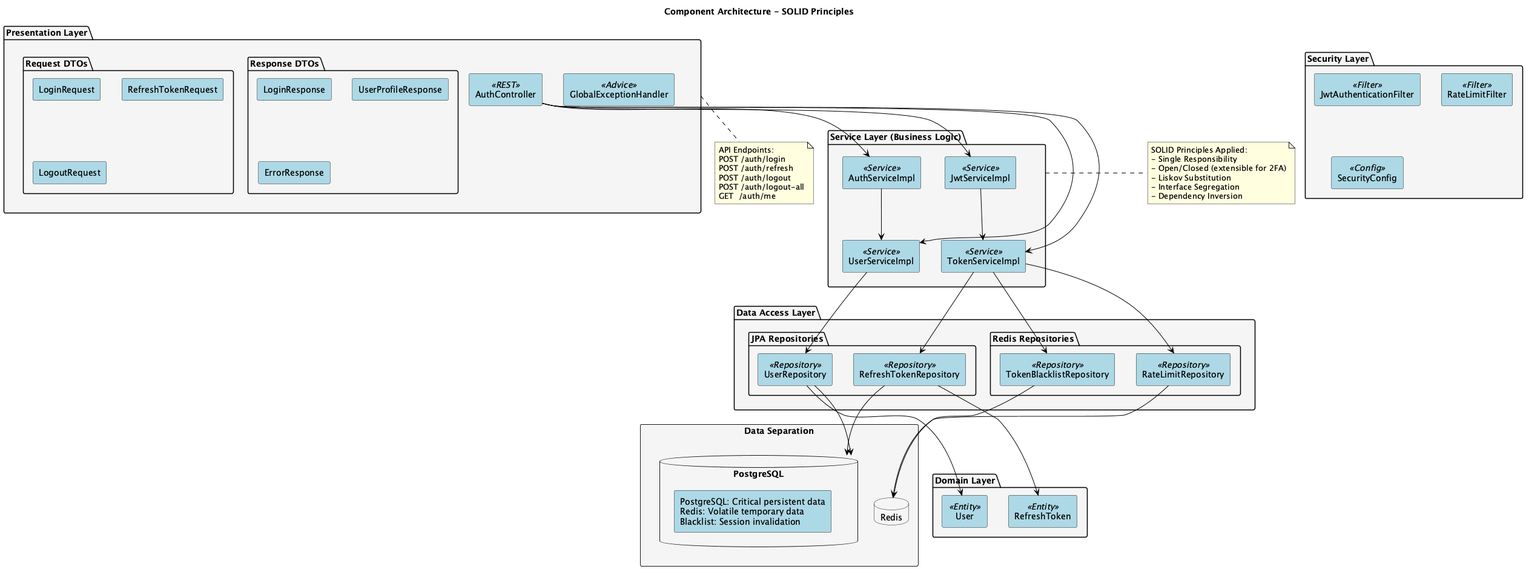
Earlier version of the PlantUML export docs/diagrams/Component_Architecture.png (kevinbayter/wom-auth-service-api).
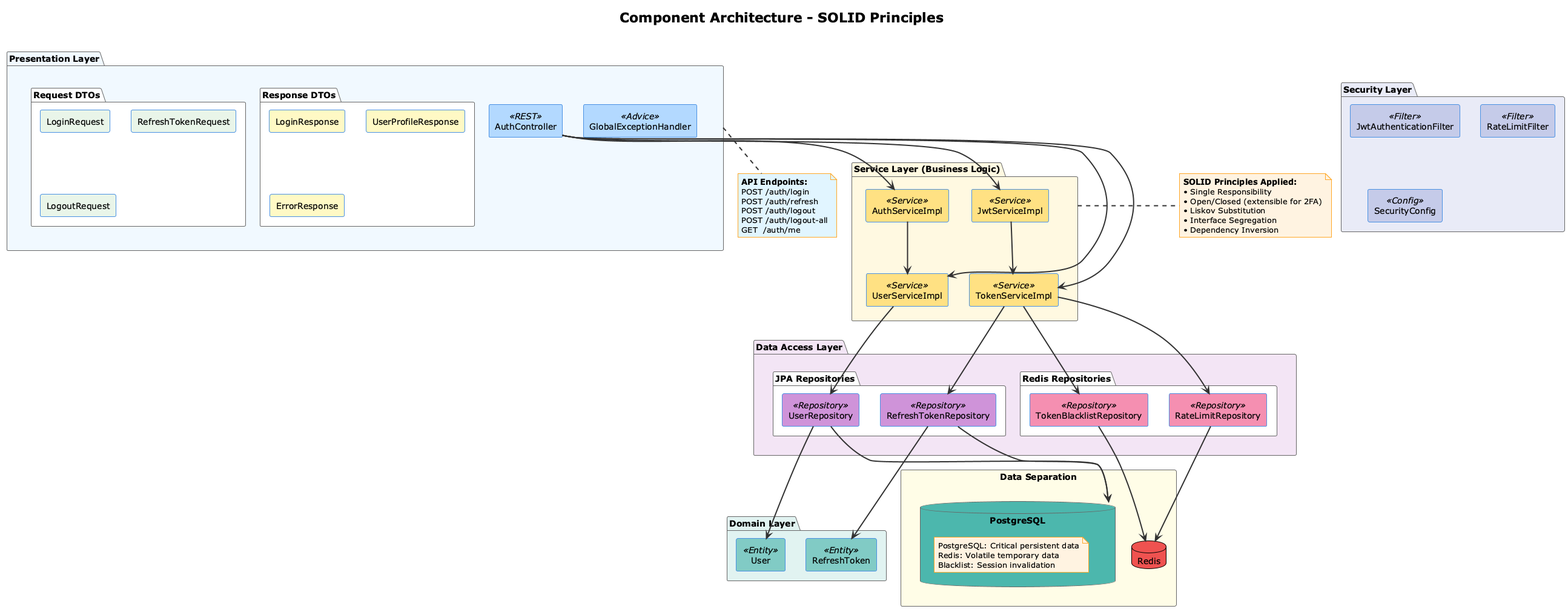
Later version of the same file.

Commit message:
docs: enhance Component Architecture diagram with complete color-coded layers and all components

Diff of the diagram source:
```diff
@@ -1,84 +1,95 @@
 @startuml Component_Architecture
-!define RECTANGLE class
+!theme plain
 
-skinparam componentStyle rectangle
 skinparam {
-  BackgroundColor White
-  ArrowColor Black
-  BorderColor Black
-  componentBackgroundColor LightBlue
-  packageBackgroundColor WhiteSmoke
-  noteBackgroundColor LightYellow
+  BackgroundColor white
+  componentStyle rectangle
+  ArrowColor #333333
+  ArrowThickness 2
+  packageBorderColor #666666
+  packageBackgroundColor #F5F5F5
+  componentBorderColor #4A90E2
+  componentBackgroundColor #E3F2FD
+  noteBorderColor #FFA726
+  noteBackgroundColor #FFF3E0
+  shadowing false
 }
 
-title Component Architecture - SOLID Principles
+title Component Architecture - SOLID Principles\n
 
-package "Presentation Layer" {
-  [AuthController] <<REST>>
-  [GlobalExceptionHandler] <<Advice>>
+package "Presentation Layer" #F0F8FF {
+  component AuthController <<REST>> #B3D9FF
+  component GlobalExceptionHandler <<Advice>> #B3D9FF
 
-  package "Request DTOs" {
-    [LoginRequest]
-    [RefreshTokenRequest]
-    [LogoutRequest]
-  }
+  together {
+    package "Request DTOs" #FFFFFF {
+      component LoginRequest #E8F5E9
+      component RefreshTokenRequest #E8F5E9
+      component LogoutRequest #E8F5E9
+    }
 
-  package "Response DTOs" {
-    [LoginResponse]
-    [UserProfileResponse]
-    [ErrorResponse]
+    package "Response DTOs" #FFFFFF {
+      component LoginResponse #FFF9C4
+      component UserProfileResponse #FFF9C4
+      component ErrorResponse #FFF9C4
+    }
   }
 }
 
-package "Service Layer (Business Logic)" {
-  [JwtServiceImpl] <<Service>>
-  [AuthServiceImpl] <<Service>>
-  [UserServiceImpl] <<Service>>
-  [TokenServiceImpl] <<Service>>
+package "Service Layer (Business Logic)" #FFF8E1 {
+  component JwtServiceImpl <<Service>> #FFE082
+  component AuthServiceImpl <<Service>> #FFE082
+  component UserServiceImpl <<Service>> #FFE082
+  component TokenServiceImpl <<Service>> #FFE082
 }
 
-package "Security Layer" {
-  [JwtAuthenticationFilter] <<Filter>>
-  [RateLimitFilter] <<Filter>>
-  [SecurityConfig] <<Config>>
+package "Security Layer" #E8EAF6 {
+  component JwtAuthenticationFilter <<Filter>> #C5CAE9
+  component RateLimitFilter <<Filter>> #C5CAE9
+  component SecurityConfig <<Config>> #C5CAE9
 }
 
-package "Data Access Layer" {
-  package "JPA Repositories" {
-    [UserRepository] <<Repository>>
-    [RefreshTokenRepository] <<Repository>>
-  }
+package "Data Access Layer" #F3E5F5 {
+  together {
+    package "JPA Repositories" #FFFFFF {
+      component UserRepository <<Repository>> #CE93D8
+      component RefreshTokenRepository <<Repository>> #CE93D8
+    }
 
-  package "Redis Repositories" {
-    [TokenBlacklistRepository] <<Repository>>
-    [RateLimitRepository] <<Repository>>
+    package "Redis Repositories" #FFFFFF {
+      component TokenBlacklistRepository <<Repository>> #F48FB1
+      component RateLimitRepository <<Repository>> #F48FB1
+    }
   }
 }
 
-rectangle "Data Separation" {
-  database "PostgreSQL" {
-    [PostgreSQL: Critical persistent data\nRedis: Volatile temporary data\nBlacklist: Session invalidation]
-  }
-  database "Redis" {
-  }
+package "Domain Layer" #E0F2F1 {
+  component User <<Entity>> #80CBC4
+  component RefreshToken <<Entity>> #80CBC4
 }
 
-package "Domain Layer" {
-  [User] <<Entity>>
-  [RefreshToken] <<Entity>>
+rectangle "Data Separation" #FFFDE7 {
+  database PostgreSQL #4DB6AC {
+    note as DBNote
+      PostgreSQL: Critical persistent data
+      Redis: Volatile temporary data
+      Blacklist: Session invalidation
+    end note
+  }
+  database Redis #EF5350
 }
 
-note right of "Service Layer (Business Logic)"
-  SOLID Principles Applied:
-  - Single Responsibility
-  - Open/Closed (extensible for 2FA)
-  - Liskov Substitution
-  - Interface Segregation
-  - Dependency Inversion
+note right of "Service Layer (Business Logic)" #FFF3E0
+  <b>SOLID Principles Applied:</b>
+  • Single Responsibility
+  • Open/Closed (extensible for 2FA)
+  • Liskov Substitution
+  • Interface Segregation
+  • Dependency Inversion
 end note
 
-note bottom of "Presentation Layer"
-  API Endpoints:
+note bottom of "Presentation Layer" #E1F5FE
+  <b>API Endpoints:</b>
   POST /auth/login
   POST /auth/refresh
   POST /auth/logout
@@ -93,9 +104,9 @@
 
 AuthServiceImpl --> UserServiceImpl
 JwtServiceImpl --> TokenServiceImpl
-TokenServiceImpl --> RefreshTokenRepository
 
 UserServiceImpl --> UserRepository
+TokenServiceImpl --> RefreshTokenRepository
 TokenServiceImpl --> TokenBlacklistRepository
 TokenServiceImpl --> RateLimitRepository
 
```
